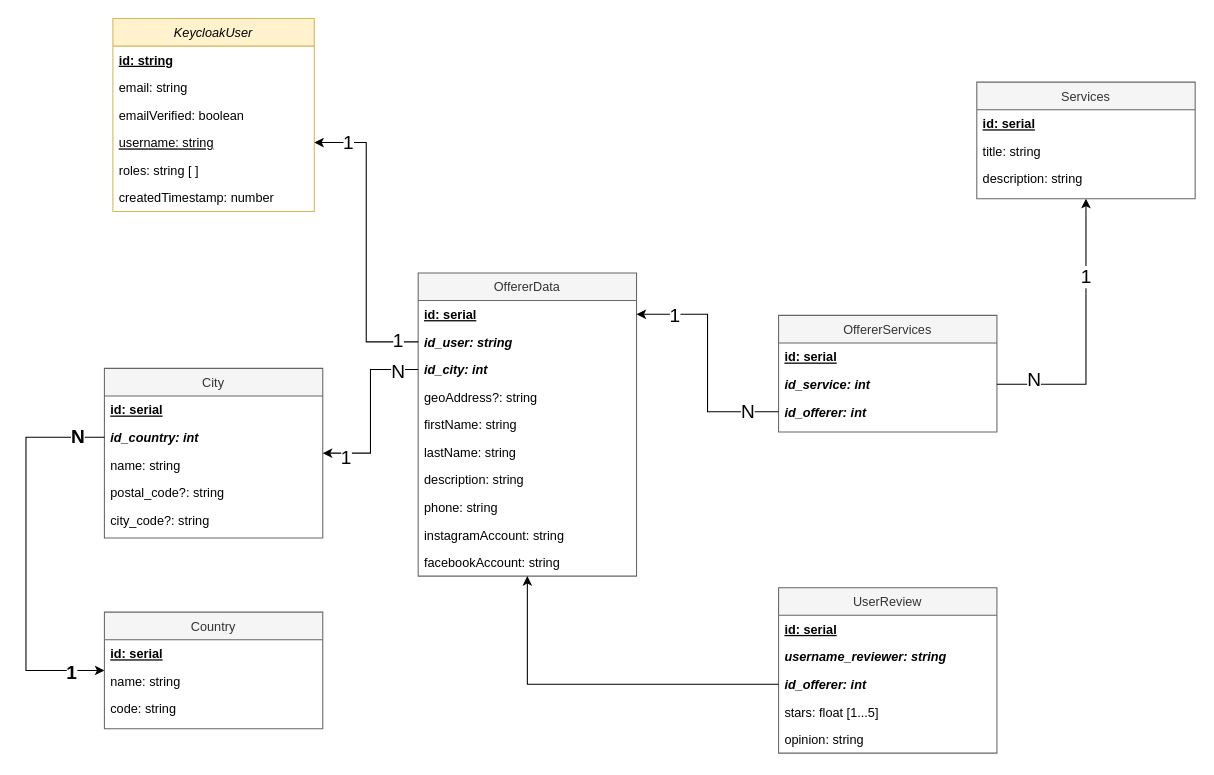
Above: docs/habil.drawio in leopoldoleningcelaya/habil-api (draw.io), before the change. Source tidied: cells renumbered, new cells numbered last; positions are measured from the earlier drawing's top-left corner, leaving out a move shared by most shapes. Both pictures are drawn from the tidied source at 106%, with x=0, y=0 at pixel (25, 18).
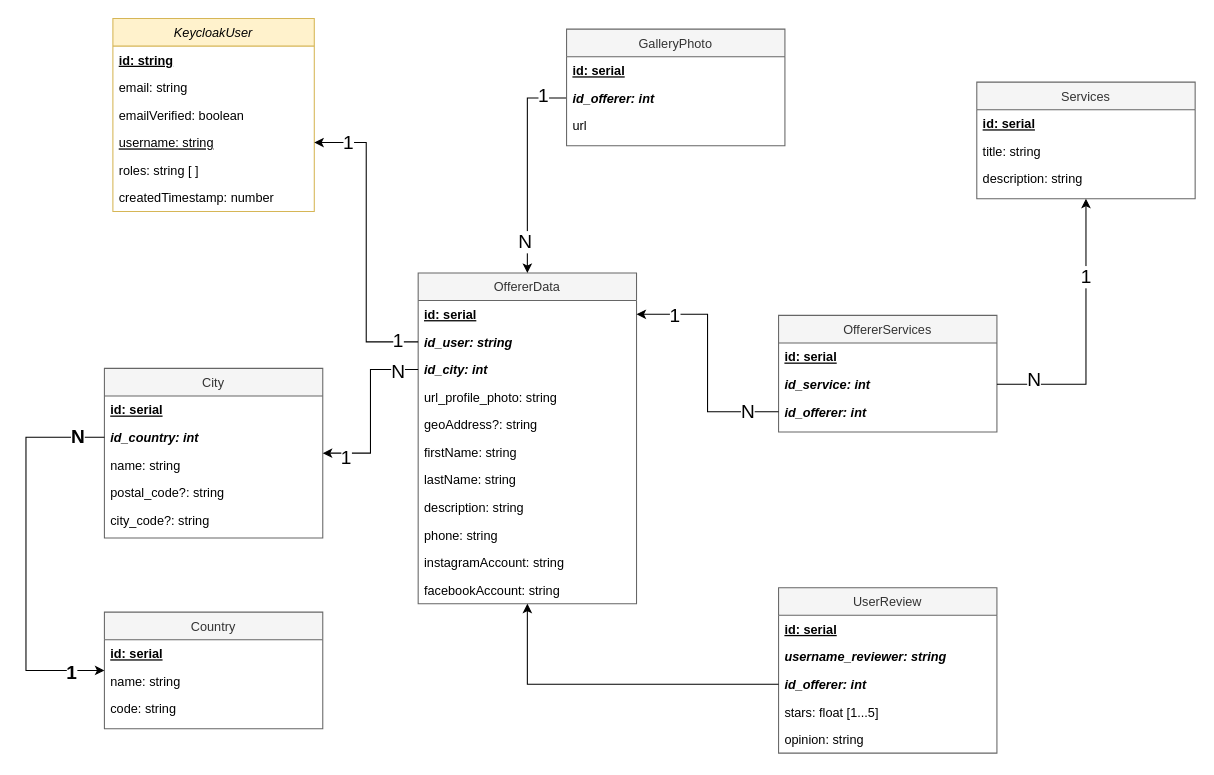
Above is the later version.

Diff of the diagram source:
```diff
@@
     <mxCell id="13" value="OffererData" style="swimlane;fontStyle=0;align=center;verticalAlign=top;horizontal=1;startSize=26;rounded=0;shadow=0;strokeWidth=1;fillColor=#f5f5f5;fontColor=#333333;strokeColor=#666666;" parent="1" vertex="1">
-      <mxGeometry x="370" y="240" width="206" height="286" as="geometry" />
+      <mxGeometry x="370" y="240" width="206" height="312" as="geometry" />
     </mxCell>
@@
+    <mxCell id="60" value="url_profile_photo: string" style="text;align=left;verticalAlign=top;spacingLeft=4;spacingRight=4;overflow=hidden;rounded=0;shadow=0;html=0;" parent="13" vertex="1">
+      <mxGeometry y="104" width="206" height="26" as="geometry" />
+    </mxCell>
     <mxCell id="17" value="geoAddress?: string" style="text;align=left;verticalAlign=top;spacingLeft=4;spacingRight=4;overflow=hidden;rounded=0;shadow=0;html=0;" parent="13" vertex="1">
-      <mxGeometry y="104" width="206" height="26" as="geometry" />
+      <mxGeometry y="130" width="206" height="26" as="geometry" />
     </mxCell>
     <mxCell id="18" value="firstName: string" style="text;align=left;verticalAlign=top;spacingLeft=4;spacingRight=4;overflow=hidden;rounded=0;shadow=0;html=0;" parent="13" vertex="1">
-      <mxGeometry y="130" width="206" height="26" as="geometry" />
+      <mxGeometry y="156" width="206" height="26" as="geometry" />
     </mxCell>
     <mxCell id="19" value="lastName: string" style="text;align=left;verticalAlign=top;spacingLeft=4;spacingRight=4;overflow=hidden;rounded=0;shadow=0;html=0;" parent="13" vertex="1">
-      <mxGeometry y="156" width="206" height="26" as="geometry" />
+      <mxGeometry y="182" width="206" height="26" as="geometry" />
     </mxCell>
     <mxCell id="20" value="description: string" style="text;align=left;verticalAlign=top;spacingLeft=4;spacingRight=4;overflow=hidden;fontStyle=0;" parent="13" vertex="1">
-      <mxGeometry y="182" width="206" height="26" as="geometry" />
+      <mxGeometry y="208" width="206" height="26" as="geometry" />
     </mxCell>
     <mxCell id="21" value="phone: string" style="text;align=left;verticalAlign=top;spacingLeft=4;spacingRight=4;overflow=hidden;fontStyle=0;" parent="13" vertex="1">
-      <mxGeometry y="208" width="206" height="26" as="geometry" />
+      <mxGeometry y="234" width="206" height="26" as="geometry" />
     </mxCell>
     <mxCell id="22" value="instagramAccount: string" style="text;align=left;verticalAlign=top;spacingLeft=4;spacingRight=4;overflow=hidden;fontStyle=0;" parent="13" vertex="1">
-      <mxGeometry y="234" width="206" height="26" as="geometry" />
+      <mxGeometry y="260" width="206" height="26" as="geometry" />
     </mxCell>
     <mxCell id="23" value="facebookAccount: string" style="text;align=left;verticalAlign=top;spacingLeft=4;spacingRight=4;overflow=hidden;fontStyle=0;" parent="13" vertex="1">
-      <mxGeometry y="260" width="206" height="26" as="geometry" />
+      <mxGeometry y="286" width="206" height="26" as="geometry" />
     </mxCell>
@@
+    <mxCell id="61" style="edgeStyle=orthogonalEdgeStyle;rounded=0;jettySize=auto;html=1;exitX=0;exitY=0.5;exitDx=0;exitDy=0;fontSize=18;" parent="1" edge="1" source="66" target="13">
+      <mxGeometry relative="1" as="geometry">
+        <Array as="points">
+          <mxPoint x="473" y="75" />
+        </Array>
+      </mxGeometry>
+    </mxCell>
+    <mxCell id="62" value="1" style="edgeLabel;html=1;align=center;verticalAlign=middle;fontSize=18;" parent="61" vertex="1">
+      <mxGeometry x="-0.77" y="-3" relative="1" as="geometry" />
+    </mxCell>
+    <mxCell id="63" value="N" style="edgeLabel;html=1;align=center;verticalAlign=middle;fontSize=18;" parent="61" vertex="1">
+      <mxGeometry x="0.78" y="-3" relative="1" as="geometry">
+        <mxPoint y="-8" as="offset" />
+      </mxGeometry>
+    </mxCell>
+    <mxCell id="64" value="GalleryPhoto" style="swimlane;fontStyle=0;align=center;verticalAlign=top;horizontal=1;startSize=26;rounded=0;shadow=0;strokeWidth=1;fillColor=#f5f5f5;fontColor=#333333;strokeColor=#666666;" parent="1" vertex="1">
+      <mxGeometry x="510" y="10" width="206" height="110" as="geometry" />
+    </mxCell>
+    <mxCell id="65" value="id: serial" style="text;align=left;verticalAlign=top;spacingLeft=4;spacingRight=4;overflow=hidden;fontStyle=5;" parent="64" vertex="1">
+      <mxGeometry y="26" width="206" height="26" as="geometry" />
+    </mxCell>
+    <mxCell id="66" value="id_offerer: int" style="text;align=left;verticalAlign=top;spacingLeft=4;spacingRight=4;overflow=hidden;points=[[0,0.5],[1,0.5]];portConstraint=eastwest;fontStyle=3;" parent="64" vertex="1">
+      <mxGeometry y="52" width="206" height="26" as="geometry" />
+    </mxCell>
+    <mxCell id="67" value="url" style="text;align=left;verticalAlign=top;spacingLeft=4;spacingRight=4;overflow=hidden;fontStyle=0;" parent="64" vertex="1">
+      <mxGeometry y="78" width="206" height="26" as="geometry" />
+    </mxCell>
```
